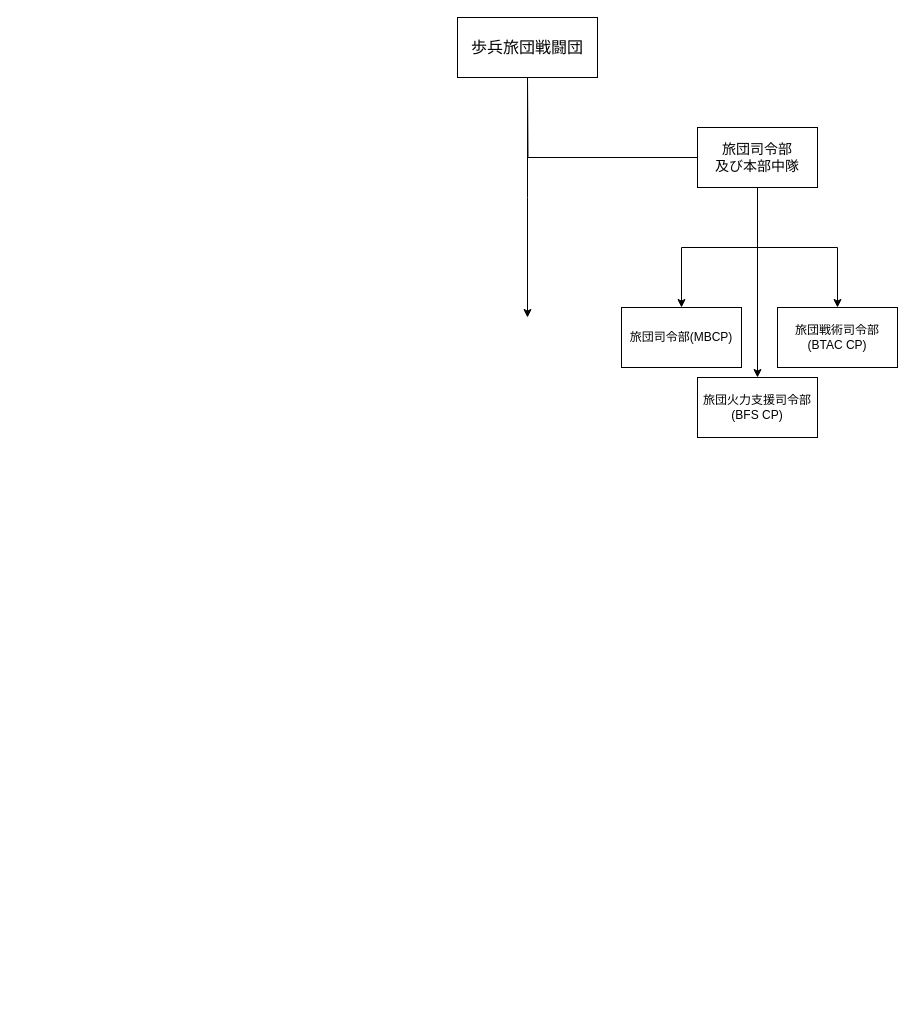
Earlier version of the draw.io diagram Untitled Diagram.drawio (Kiri1234/EnTech-Imagination-web-page). Source tidied: cells renumbered, new cells numbered last; positions are measured from the earlier drawing's top-left corner, leaving out a move shared by most shapes. Both pictures are drawn from the tidied source at 100%, with x=0, y=0 at pixel (457, 17).
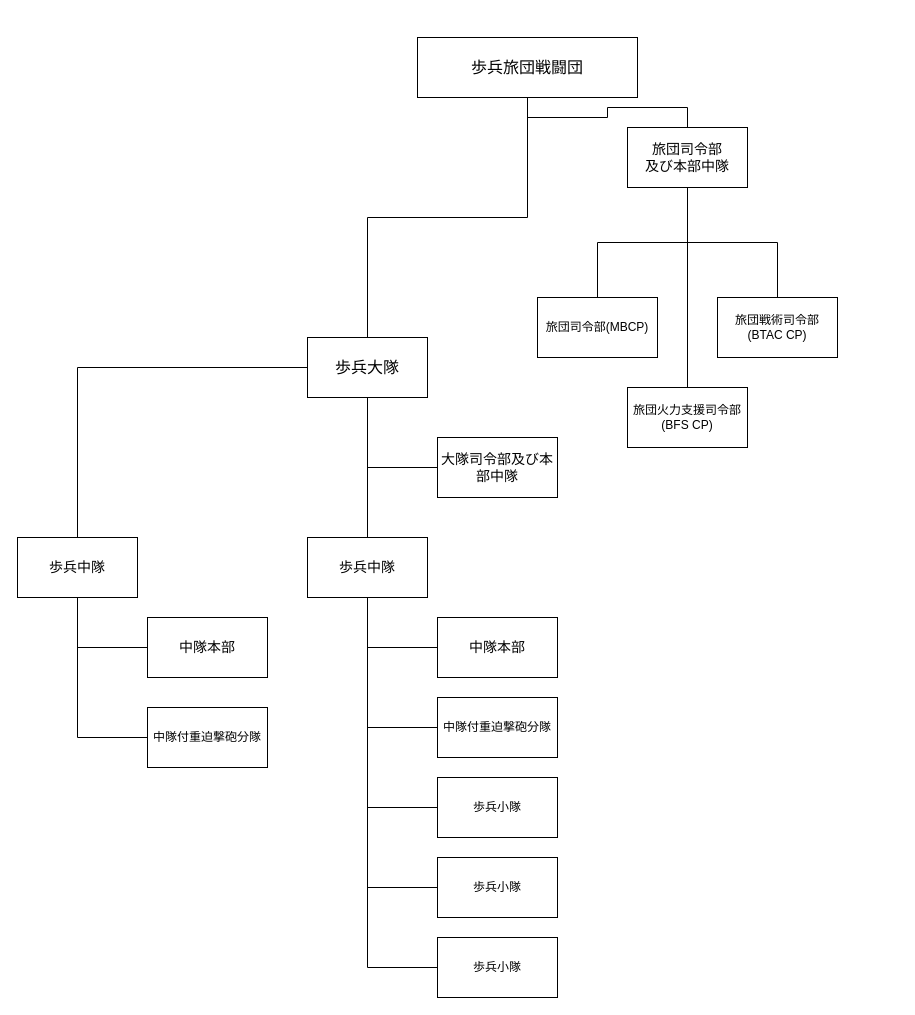
After the change.

Commit message (it also covers changes not shown here):
Untitled Diagram.drawio を更新します

The edit, as a diff of the source:
```diff
@@
-    <mxCell id="2" style="edgeStyle=orthogonalEdgeStyle;rounded=0;jettySize=auto;html=1;" parent="1" edge="1" source="3">
-      <mxGeometry relative="1" as="geometry">
-        <mxPoint x="70" y="300" as="targetPoint" />
-      </mxGeometry>
+    <mxCell id="2" style="edgeStyle=orthogonalEdgeStyle;rounded=0;jettySize=auto;html=1;entryX=0.5;entryY=0;entryDx=0;entryDy=0;endArrow=none;endFill=0;" parent="1" edge="1" source="3" target="15">
+      <mxGeometry relative="1" as="geometry" />
     </mxCell>
     <mxCell id="3" value="&lt;font style=&quot;font-size: 16px;&quot;&gt;歩兵旅団戦闘団&lt;/font&gt;" style="rounded=0;whiteSpace=wrap;html=1;" parent="1" vertex="1">
-      <mxGeometry width="140" height="60" as="geometry" />
+      <mxGeometry x="-40" y="20" width="220" height="60" as="geometry" />
     </mxCell>
-    <mxCell id="4" style="edgeStyle=orthogonalEdgeStyle;rounded=0;jettySize=auto;html=1;endArrow=none;endFill=0;" parent="1" edge="1" source="8">
-      <mxGeometry relative="1" as="geometry">
-        <mxPoint x="70" y="60" as="targetPoint" />
-      </mxGeometry>
-    </mxCell>
-    <mxCell id="5" style="edgeStyle=orthogonalEdgeStyle;rounded=0;jettySize=auto;html=1;" parent="1" edge="1" source="8" target="9">
+    <mxCell id="5" style="edgeStyle=orthogonalEdgeStyle;rounded=0;jettySize=auto;html=1;endArrow=none;endFill=0;" parent="1" edge="1" source="8" target="9">
       <mxGeometry relative="1" as="geometry" />
     </mxCell>
-    <mxCell id="6" style="edgeStyle=orthogonalEdgeStyle;rounded=0;jettySize=auto;html=1;entryX=0.5;entryY=0;entryDx=0;entryDy=0;" parent="1" edge="1" source="8" target="10">
+    <mxCell id="6" style="edgeStyle=orthogonalEdgeStyle;rounded=0;jettySize=auto;html=1;entryX=0.5;entryY=0;entryDx=0;entryDy=0;endArrow=none;endFill=0;" parent="1" edge="1" source="8" target="10">
       <mxGeometry relative="1" as="geometry" />
     </mxCell>
-    <mxCell id="7" style="edgeStyle=orthogonalEdgeStyle;rounded=0;jettySize=auto;html=1;entryX=0.5;entryY=0;entryDx=0;entryDy=0;" parent="1" edge="1" source="8" target="11">
+    <mxCell id="7" style="edgeStyle=orthogonalEdgeStyle;rounded=0;jettySize=auto;html=1;entryX=0.5;entryY=0;entryDx=0;entryDy=0;endArrow=none;endFill=0;" parent="1" edge="1" source="8" target="11">
       <mxGeometry relative="1" as="geometry" />
     </mxCell>
+    <mxCell id="12" style="edgeStyle=orthogonalEdgeStyle;rounded=0;jettySize=auto;html=1;entryX=0.5;entryY=1;entryDx=0;entryDy=0;endArrow=none;endFill=0;" parent="1" edge="1" source="8" target="3">
+      <mxGeometry relative="1" as="geometry" />
+    </mxCell>
     <mxCell id="8" value="&lt;font style=&quot;font-size: 14px;&quot;&gt;旅団司令部&lt;br&gt;及び本部中隊&lt;/font&gt;" style="rounded=0;whiteSpace=wrap;html=1;" parent="1" vertex="1">
-      <mxGeometry x="240" y="110" width="120" height="60" as="geometry" />
+      <mxGeometry x="170" y="110" width="120" height="60" as="geometry" />
     </mxCell>
     <mxCell id="9" value="旅団司令部(MBCP)" style="rounded=0;whiteSpace=wrap;html=1;" parent="1" vertex="1">
-      <mxGeometry x="164" y="290" width="120" height="60" as="geometry" />
+      <mxGeometry x="80" y="280" width="120" height="60" as="geometry" />
     </mxCell>
     <mxCell id="10" value="旅団戦術司令部&lt;br/&gt;(BTAC CP)" style="rounded=0;whiteSpace=wrap;html=1;" parent="1" vertex="1">
-      <mxGeometry x="320" y="290" width="120" height="60" as="geometry" />
+      <mxGeometry x="260" y="280" width="120" height="60" as="geometry" />
     </mxCell>
     <mxCell id="11" value="旅団火力支援司令部&lt;br/&gt;(BFS CP)" style="rounded=0;whiteSpace=wrap;html=1;" parent="1" vertex="1">
-      <mxGeometry x="240" y="360" width="120" height="60" as="geometry" />
+      <mxGeometry x="170" y="370" width="120" height="60" as="geometry" />
     </mxCell>
+    <mxCell id="13" style="edgeStyle=orthogonalEdgeStyle;rounded=0;jettySize=auto;html=1;entryX=0.5;entryY=0;entryDx=0;entryDy=0;endArrow=none;endFill=0;" parent="1" edge="1" source="15" target="16">
+      <mxGeometry relative="1" as="geometry" />
+    </mxCell>
+    <mxCell id="14" style="edgeStyle=orthogonalEdgeStyle;rounded=0;jettySize=auto;html=1;entryX=0.5;entryY=0;entryDx=0;entryDy=0;endArrow=none;endFill=0;" parent="1" edge="1" source="15" target="29">
+      <mxGeometry relative="1" as="geometry" />
+    </mxCell>
+    <mxCell id="15" value="&lt;font style=&quot;font-size: 16px;&quot;&gt;歩兵大隊&lt;/font&gt;" style="rounded=0;whiteSpace=wrap;html=1;" parent="1" vertex="1">
+      <mxGeometry x="-150" y="320" width="120" height="60" as="geometry" />
+    </mxCell>
+    <mxCell id="16" value="&lt;font style=&quot;font-size: 14px;&quot;&gt;歩兵中隊&lt;/font&gt;" style="rounded=0;whiteSpace=wrap;html=1;" parent="1" vertex="1">
+      <mxGeometry x="-150" y="520" width="120" height="60" as="geometry" />
+    </mxCell>
+    <mxCell id="17" style="edgeStyle=orthogonalEdgeStyle;rounded=0;jettySize=auto;html=1;entryX=0.5;entryY=1;entryDx=0;entryDy=0;endArrow=none;endFill=0;" parent="1" edge="1" source="18" target="15">
+      <mxGeometry relative="1" as="geometry" />
+    </mxCell>
+    <mxCell id="18" value="&lt;font style=&quot;font-size: 14px;&quot;&gt;大隊司令部及び本部中隊&lt;/font&gt;" style="rounded=0;whiteSpace=wrap;html=1;" parent="1" vertex="1">
+      <mxGeometry x="-20" y="420" width="120" height="60" as="geometry" />
+    </mxCell>
+    <mxCell id="19" style="edgeStyle=orthogonalEdgeStyle;rounded=0;jettySize=auto;html=1;entryX=0.5;entryY=1;entryDx=0;entryDy=0;endArrow=none;endFill=0;" parent="1" edge="1" source="20" target="16">
+      <mxGeometry relative="1" as="geometry" />
+    </mxCell>
+    <mxCell id="20" value="&lt;font style=&quot;font-size: 14px;&quot;&gt;中隊本部&lt;/font&gt;" style="rounded=0;whiteSpace=wrap;html=1;" parent="1" vertex="1">
+      <mxGeometry x="-20" y="600" width="120" height="60" as="geometry" />
+    </mxCell>
+    <mxCell id="21" style="edgeStyle=orthogonalEdgeStyle;rounded=0;jettySize=auto;html=1;entryX=0.5;entryY=1;entryDx=0;entryDy=0;endArrow=none;endFill=0;" parent="1" edge="1" source="22" target="16">
+      <mxGeometry relative="1" as="geometry" />
+    </mxCell>
+    <mxCell id="22" value="中隊付重迫撃砲分隊" style="rounded=0;whiteSpace=wrap;html=1;" parent="1" vertex="1">
+      <mxGeometry x="-20" y="680" width="120" height="60" as="geometry" />
+    </mxCell>
+    <mxCell id="23" style="edgeStyle=orthogonalEdgeStyle;rounded=0;jettySize=auto;html=1;entryX=0.5;entryY=1;entryDx=0;entryDy=0;endArrow=none;endFill=0;" parent="1" edge="1" source="24" target="16">
+      <mxGeometry relative="1" as="geometry" />
+    </mxCell>
+    <mxCell id="24" value="歩兵小隊" style="rounded=0;whiteSpace=wrap;html=1;" parent="1" vertex="1">
+      <mxGeometry x="-20" y="760" width="120" height="60" as="geometry" />
+    </mxCell>
+    <mxCell id="25" style="edgeStyle=orthogonalEdgeStyle;rounded=0;jettySize=auto;html=1;entryX=0.5;entryY=1;entryDx=0;entryDy=0;endArrow=none;endFill=0;" parent="1" edge="1" source="26" target="16">
+      <mxGeometry relative="1" as="geometry" />
+    </mxCell>
+    <mxCell id="26" value="歩兵小隊" style="rounded=0;whiteSpace=wrap;html=1;" parent="1" vertex="1">
+      <mxGeometry x="-20" y="840" width="120" height="60" as="geometry" />
+    </mxCell>
+    <mxCell id="27" style="edgeStyle=orthogonalEdgeStyle;rounded=0;jettySize=auto;html=1;entryX=0.5;entryY=1;entryDx=0;entryDy=0;endArrow=none;endFill=0;" parent="1" edge="1" source="28" target="16">
+      <mxGeometry relative="1" as="geometry" />
+    </mxCell>
+    <mxCell id="28" value="歩兵小隊" style="rounded=0;whiteSpace=wrap;html=1;" parent="1" vertex="1">
+      <mxGeometry x="-20" y="920" width="120" height="60" as="geometry" />
+    </mxCell>
+    <mxCell id="29" value="&lt;font style=&quot;font-size: 14px;&quot;&gt;歩兵中隊&lt;/font&gt;" style="rounded=0;whiteSpace=wrap;html=1;" parent="1" vertex="1">
+      <mxGeometry x="-440" y="520" width="120" height="60" as="geometry" />
+    </mxCell>
+    <mxCell id="30" style="edgeStyle=orthogonalEdgeStyle;rounded=0;jettySize=auto;html=1;entryX=0.5;entryY=1;entryDx=0;entryDy=0;endArrow=none;endFill=0;" parent="1" edge="1" source="31" target="29">
+      <mxGeometry relative="1" as="geometry" />
+    </mxCell>
+    <mxCell id="31" value="&lt;font style=&quot;font-size: 14px;&quot;&gt;中隊本部&lt;/font&gt;" style="rounded=0;whiteSpace=wrap;html=1;" parent="1" vertex="1">
+      <mxGeometry x="-310" y="600" width="120" height="60" as="geometry" />
+    </mxCell>
+    <mxCell id="32" style="edgeStyle=orthogonalEdgeStyle;rounded=0;jettySize=auto;html=1;entryX=0.5;entryY=1;entryDx=0;entryDy=0;endArrow=none;endFill=0;" parent="1" edge="1" source="33" target="29">
+      <mxGeometry relative="1" as="geometry" />
+    </mxCell>
+    <mxCell id="33" value="中隊付重迫撃砲分隊" style="rounded=0;whiteSpace=wrap;html=1;" parent="1" vertex="1">
+      <mxGeometry x="-310" y="690" width="120" height="60" as="geometry" />
+    </mxCell>
```
